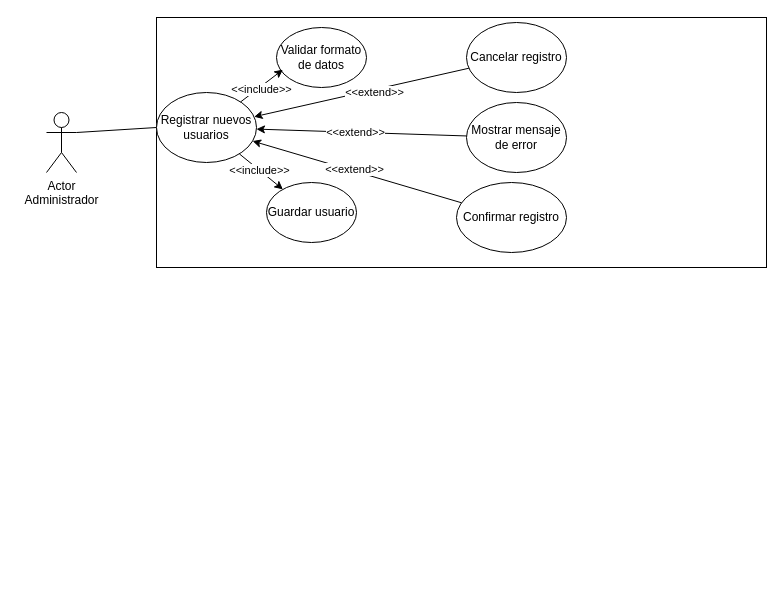
Before: Diagrama sin título.drawio in IssacSegura/sc_302_documentacion, a draw.io diagram. Source tidied: cells renumbered, new cells numbered last; positions are measured from the earlier drawing's top-left corner, leaving out a move shared by most shapes. Both pictures are drawn from the tidied source at 100%, with x=0, y=0 at pixel (46, 17).
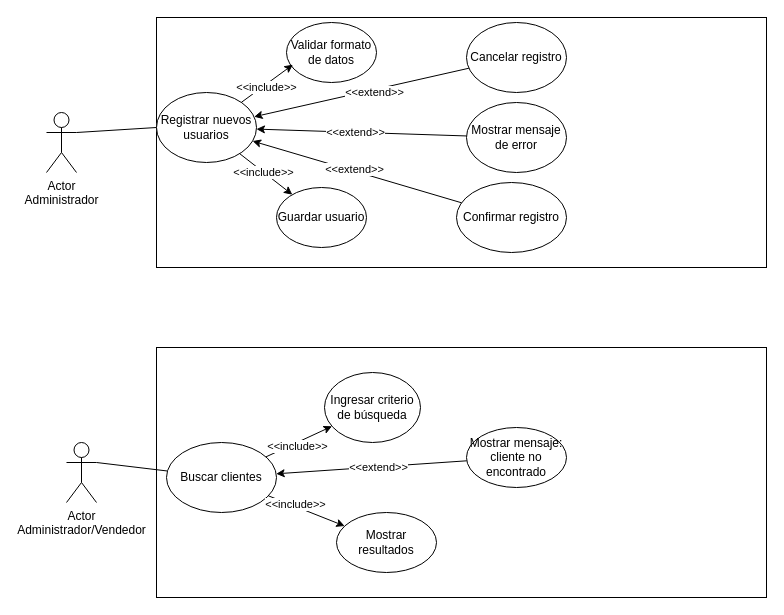
Above is the later version.

The edit, as a diff of the source:
```diff
@@
     <mxCell id="6" value="Guardar usuario" style="ellipse;whiteSpace=wrap;html=1;shadow=0;" parent="1" vertex="1">
-      <mxGeometry x="220" y="165" width="90" height="60" as="geometry" />
+      <mxGeometry x="230" y="170" width="90" height="60" as="geometry" />
     </mxCell>
     <mxCell id="7" value="Validar formato de datos" style="ellipse;whiteSpace=wrap;html=1;" parent="1" vertex="1">
-      <mxGeometry x="230" y="10" width="90" height="60" as="geometry" />
+      <mxGeometry x="240" y="5" width="90" height="60" as="geometry" />
     </mxCell>
@@
+    <mxCell id="21" value="Actor&lt;div&gt;&lt;div&gt;Administrador/Vendedor&lt;/div&gt;&lt;/div&gt;&lt;div&gt;&lt;br&gt;&lt;/div&gt;" style="shape=umlActor;verticalLabelPosition=bottom;verticalAlign=top;html=1;outlineConnect=0;" parent="1" vertex="1">
+      <mxGeometry x="20" y="425" width="30" height="60" as="geometry" />
+    </mxCell>
+    <mxCell id="22" style="rounded=0;whiteSpace=wrap;html=1;" parent="1" vertex="1">
+      <mxGeometry x="110" y="330" width="610" height="250" as="geometry" />
+    </mxCell>
+    <mxCell id="23" style="endArrow=none;html=1;rounded=0;exitX=1;exitY=0.3333333333333333;exitDx=0;exitDy=0;exitPerimeter=0;" parent="1" edge="1" source="21" target="24">
+      <mxGeometry relative="1" as="geometry" />
+    </mxCell>
+    <mxCell id="24" value="Buscar clientes" style="ellipse;whiteSpace=wrap;html=1;" parent="1" vertex="1">
+      <mxGeometry x="120" y="425" width="110" height="70" as="geometry" />
+    </mxCell>
+    <mxCell id="25" value="Ingresar criterio de búsqueda" style="ellipse;whiteSpace=wrap;html=1;" parent="1" vertex="1">
+      <mxGeometry x="278" y="355" width="96" height="70" as="geometry" />
+    </mxCell>
+    <mxCell id="26" value="Mostrar resultados" style="ellipse;whiteSpace=wrap;html=1;" parent="1" vertex="1">
+      <mxGeometry x="290" y="495" width="100" height="60" as="geometry" />
+    </mxCell>
+    <mxCell id="27" style="endArrow=classic;html=1;rounded=0;" parent="1" edge="1" source="24" target="26">
+      <mxGeometry relative="1" as="geometry" />
+    </mxCell>
+    <mxCell id="28" value="&amp;lt;&amp;lt;include&amp;gt;&amp;gt;" style="edgeLabel;html=1;align=center;verticalAlign=middle;" parent="27" vertex="1">
+      <mxGeometry x="-0.32" y="2" relative="1" as="geometry" />
+    </mxCell>
+    <mxCell id="29" style="endArrow=classic;html=1;rounded=0;" parent="1" edge="1" source="24" target="25">
+      <mxGeometry relative="1" as="geometry" />
+    </mxCell>
+    <mxCell id="30" value="&amp;lt;&amp;lt;include&amp;gt;&amp;gt;" style="edgeLabel;html=1;align=center;verticalAlign=middle;" parent="29" vertex="1">
+      <mxGeometry x="-0.09" y="-3" relative="1" as="geometry" />
+    </mxCell>
+    <mxCell id="31" value="Mostrar mensaje: cliente no encontrado" style="ellipse;whiteSpace=wrap;html=1;" parent="1" vertex="1">
+      <mxGeometry x="420" y="410" width="100" height="60" as="geometry" />
+    </mxCell>
+    <mxCell id="32" style="endArrow=classic;html=1;rounded=0;" parent="1" edge="1" source="31" target="24">
+      <mxGeometry relative="1" as="geometry" />
+    </mxCell>
+    <mxCell id="33" value="&amp;lt;&amp;lt;extend&amp;gt;&amp;gt;" style="edgeLabel;html=1;align=center;verticalAlign=middle;" parent="32" vertex="1">
+      <mxGeometry x="-0.07" relative="1" as="geometry" />
+    </mxCell>
```
